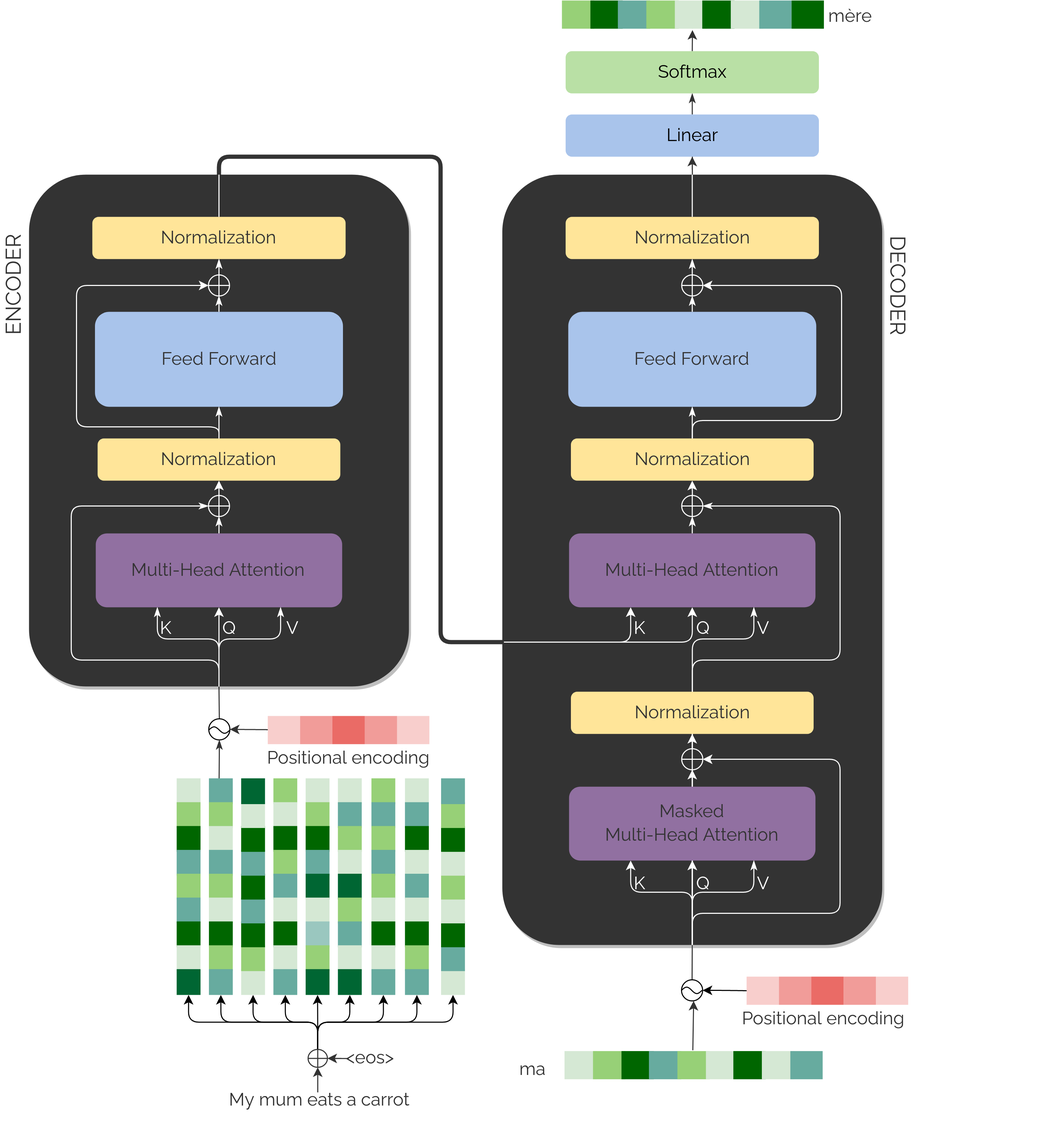
Before: diagrams/whole.png, a diagram exported from draw.io (maria-ribalta/XAI_transformer). Source tidied: cells renumbered, new cells last; positions are measured from the earlier drawing's top-left corner, leaving out a move shared by most shapes.
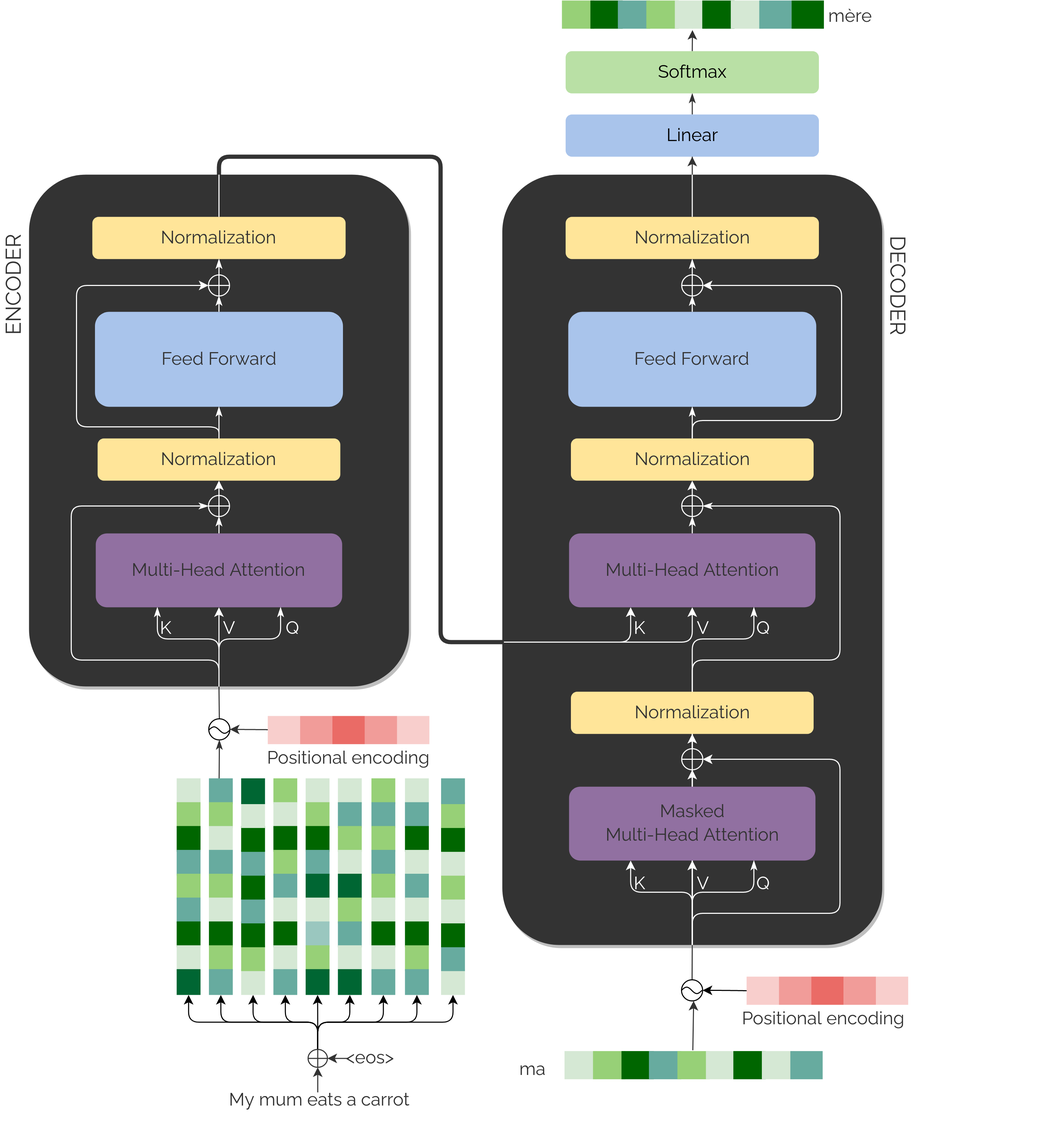
After the change.

The edit, as a diff of the source:
```diff
@@ -83,10 +83,10 @@
         </Array>
       </mxGeometry>
     </mxCell>
-    <mxCell id="19" value="&lt;font style=&quot;font-size: 17px;&quot; face=&quot;Raleway&quot; color=&quot;#FFFFFF&quot;&gt;Q&lt;/font&gt;" style="text;html=1;strokeColor=none;fillColor=none;align=center;verticalAlign=middle;whiteSpace=wrap;rounded=0;shadow=0;fontSize=17;" parent="1" vertex="1">
+    <mxCell id="19" value="&lt;font style=&quot;font-size: 17px&quot; face=&quot;Raleway&quot; color=&quot;#FFFFFF&quot;&gt;V&lt;/font&gt;" style="text;html=1;strokeColor=none;fillColor=none;align=center;verticalAlign=middle;whiteSpace=wrap;rounded=0;shadow=0;fontSize=17;" parent="1" vertex="1">
       <mxGeometry x="240" y="585" width="40" height="20" as="geometry" />
     </mxCell>
-    <mxCell id="20" value="&lt;font style=&quot;font-size: 17px;&quot; face=&quot;Raleway&quot; color=&quot;#FFFFFF&quot;&gt;V&lt;/font&gt;" style="text;html=1;strokeColor=none;fillColor=none;align=center;verticalAlign=middle;whiteSpace=wrap;rounded=0;shadow=0;fontSize=17;" parent="1" vertex="1">
+    <mxCell id="20" value="&lt;font style=&quot;font-size: 17px&quot; face=&quot;Raleway&quot; color=&quot;#FFFFFF&quot;&gt;Q&lt;/font&gt;" style="text;html=1;strokeColor=none;fillColor=none;align=center;verticalAlign=middle;whiteSpace=wrap;rounded=0;shadow=0;fontSize=17;" parent="1" vertex="1">
       <mxGeometry x="300" y="585" width="40" height="20" as="geometry" />
     </mxCell>
     <mxCell id="21" value="&lt;font style=&quot;font-size: 17px;&quot; face=&quot;Raleway&quot; color=&quot;#FFFFFF&quot;&gt;K&lt;/font&gt;" style="text;html=1;strokeColor=none;fillColor=none;align=center;verticalAlign=middle;whiteSpace=wrap;rounded=0;shadow=0;fontSize=17;" parent="1" vertex="1">
@@ -199,7 +199,7 @@
         </Array>
       </mxGeometry>
     </mxCell>
-    <mxCell id="44" value="&lt;font style=&quot;font-size: 17px;&quot; face=&quot;Raleway&quot; color=&quot;#FFFFFF&quot;&gt;V&lt;/font&gt;" style="text;html=1;strokeColor=none;fillColor=none;align=center;verticalAlign=middle;whiteSpace=wrap;rounded=0;shadow=0;fontSize=17;" parent="1" vertex="1">
+    <mxCell id="44" value="&lt;font style=&quot;font-size: 17px&quot; face=&quot;Raleway&quot; color=&quot;#FFFFFF&quot;&gt;Q&lt;/font&gt;" style="text;html=1;strokeColor=none;fillColor=none;align=center;verticalAlign=middle;whiteSpace=wrap;rounded=0;shadow=0;fontSize=17;" parent="1" vertex="1">
       <mxGeometry x="746" y="585" width="40" height="20" as="geometry" />
     </mxCell>
     <mxCell id="45" style="edgeStyle=orthogonalEdgeStyle;rounded=0;jettySize=auto;html=1;exitX=0.5;exitY=0;exitDx=0;exitDy=0;entryX=0.5;entryY=1;entryDx=0;entryDy=0;strokeColor=#FFFFFF;endArrow=classicThin;endFill=1;fontSize=17;" parent="1" edge="1" source="34" target="36">
@@ -244,10 +244,10 @@
     <mxCell id="53" value="&lt;font style=&quot;font-size: 17px;&quot; face=&quot;Raleway&quot; color=&quot;#FFFFFF&quot;&gt;K&lt;/font&gt;" style="text;html=1;strokeColor=none;fillColor=none;align=center;verticalAlign=middle;whiteSpace=wrap;rounded=0;shadow=0;fontSize=17;" parent="1" vertex="1">
       <mxGeometry x="628.5" y="827" width="40" height="20" as="geometry" />
     </mxCell>
-    <mxCell id="54" value="&lt;font style=&quot;font-size: 17px;&quot; face=&quot;Raleway&quot; color=&quot;#FFFFFF&quot;&gt;Q&lt;/font&gt;" style="text;html=1;strokeColor=none;fillColor=none;align=center;verticalAlign=middle;whiteSpace=wrap;rounded=0;shadow=0;fontSize=17;" parent="1" vertex="1">
+    <mxCell id="54" value="&lt;font style=&quot;font-size: 17px&quot; face=&quot;Raleway&quot; color=&quot;#FFFFFF&quot;&gt;V&lt;/font&gt;" style="text;html=1;strokeColor=none;fillColor=none;align=center;verticalAlign=middle;whiteSpace=wrap;rounded=0;shadow=0;fontSize=17;" parent="1" vertex="1">
       <mxGeometry x="688.5" y="827" width="40" height="20" as="geometry" />
     </mxCell>
-    <mxCell id="55" value="&lt;font style=&quot;font-size: 17px;&quot; face=&quot;Raleway&quot; color=&quot;#FFFFFF&quot;&gt;V&lt;/font&gt;" style="text;html=1;strokeColor=none;fillColor=none;align=center;verticalAlign=middle;whiteSpace=wrap;rounded=0;shadow=0;fontSize=17;" parent="1" vertex="1">
+    <mxCell id="55" value="&lt;font style=&quot;font-size: 17px&quot; face=&quot;Raleway&quot; color=&quot;#FFFFFF&quot;&gt;Q&lt;/font&gt;" style="text;html=1;strokeColor=none;fillColor=none;align=center;verticalAlign=middle;whiteSpace=wrap;rounded=0;shadow=0;fontSize=17;" parent="1" vertex="1">
       <mxGeometry x="746" y="827" width="40" height="20" as="geometry" />
     </mxCell>
     <mxCell id="56" style="edgeStyle=orthogonalEdgeStyle;rounded=1;orthogonalLoop=1;jettySize=auto;html=1;endArrow=none;endFill=0;targetPerimeterSpacing=0;endSize=10;strokeWidth=4;strokeColor=#333333;fontColor=#333333;fontSize=17;" parent="1" edge="1">
@@ -265,7 +265,7 @@
     <mxCell id="57" value="&lt;font style=&quot;font-size: 17px;&quot; face=&quot;Raleway&quot; color=&quot;#FFFFFF&quot;&gt;K&lt;/font&gt;" style="text;html=1;strokeColor=none;fillColor=none;align=center;verticalAlign=middle;whiteSpace=wrap;rounded=0;shadow=0;fontSize=17;" parent="1" vertex="1">
       <mxGeometry x="628.5" y="585" width="40" height="20" as="geometry" />
     </mxCell>
-    <mxCell id="58" value="&lt;font style=&quot;font-size: 17px;&quot; face=&quot;Raleway&quot; color=&quot;#FFFFFF&quot;&gt;Q&lt;/font&gt;" style="text;html=1;strokeColor=none;fillColor=none;align=center;verticalAlign=middle;whiteSpace=wrap;rounded=0;shadow=0;fontSize=17;" parent="1" vertex="1">
+    <mxCell id="58" value="&lt;font style=&quot;font-size: 17px&quot; face=&quot;Raleway&quot; color=&quot;#FFFFFF&quot;&gt;V&lt;/font&gt;" style="text;html=1;strokeColor=none;fillColor=none;align=center;verticalAlign=middle;whiteSpace=wrap;rounded=0;shadow=0;fontSize=17;" parent="1" vertex="1">
       <mxGeometry x="688.5" y="585" width="40" height="20" as="geometry" />
     </mxCell>
     <mxCell id="59" style="edgeStyle=orthogonalEdgeStyle;rounded=0;jettySize=auto;html=1;exitX=0.5;exitY=0;exitDx=0;exitDy=0;entryX=0.5;entryY=1;entryDx=0;entryDy=0;endArrow=classicThin;endFill=1;endSize=6;targetPerimeterSpacing=0;strokeColor=#333333;strokeWidth=1;fontColor=#333333;fontSize=17;" parent="1" edge="1" source="60" target="62">
```
